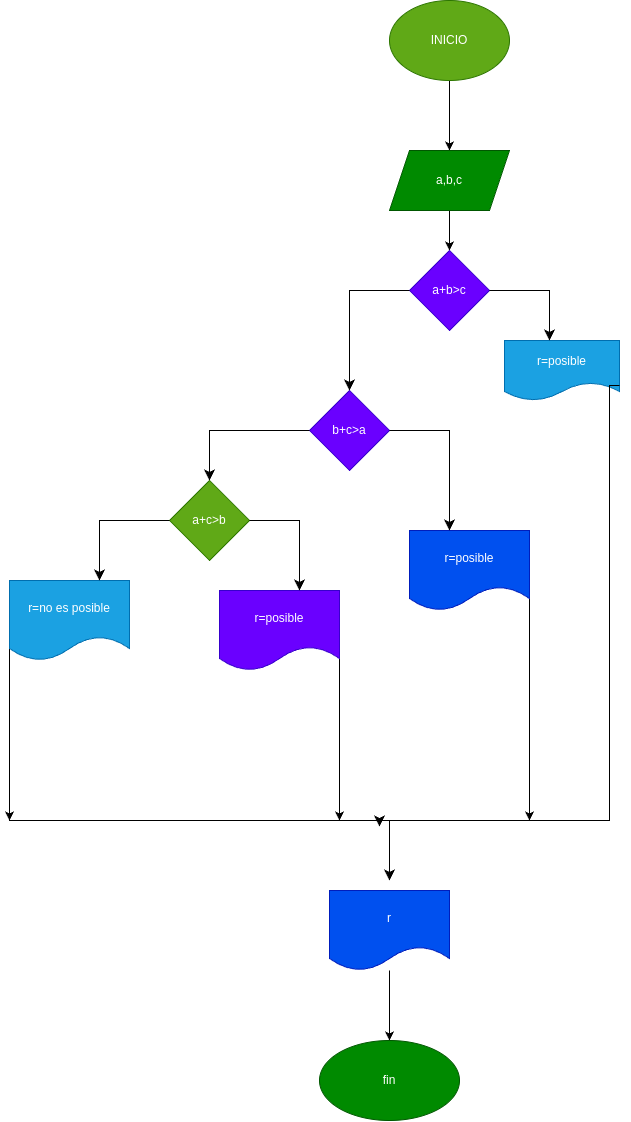
The draw.io diagram diagrama.png in loxi25/quiz-int-cond-loxi25, before a commit. Source tidied: cells renumbered, new cells last; positions are measured from the earlier drawing's top-left corner, leaving out a move shared by most shapes.
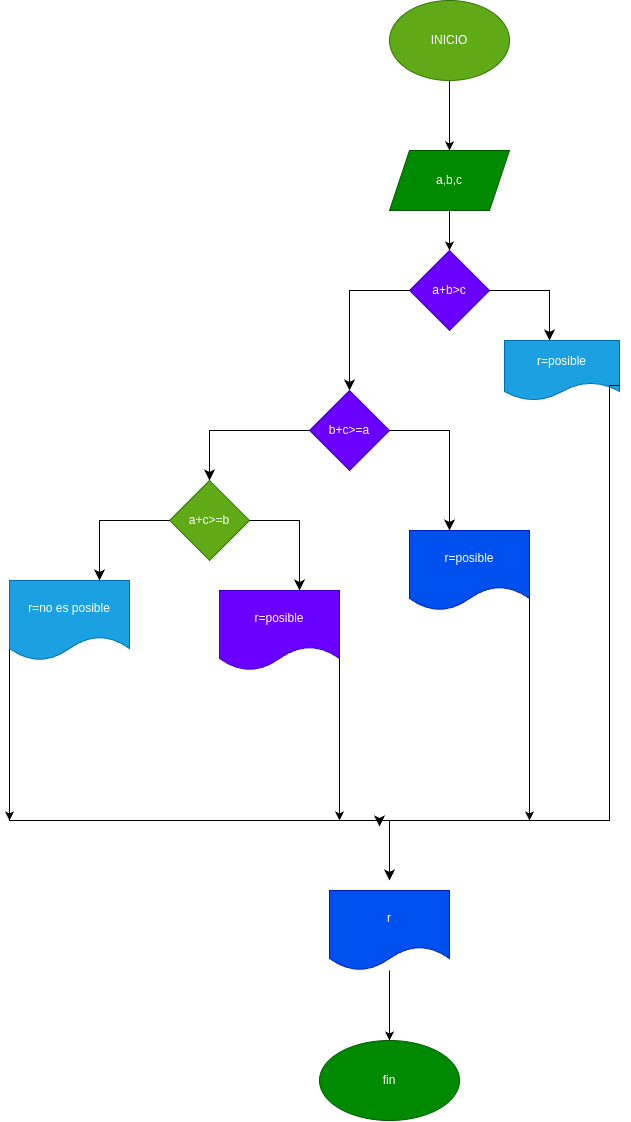
The same file after the commit.

Commit message:
se modifico un archivo

Diff of the diagram source:
```diff
@@ -27,7 +27,7 @@
         </Array>
       </mxGeometry>
     </mxCell>
-    <mxCell id="9" value="b+c&amp;gt;a" style="rhombus;whiteSpace=wrap;html=1;fillColor=#6a00ff;fontColor=#ffffff;strokeColor=#3700CC;" parent="1" vertex="1">
+    <mxCell id="9" value="b+c&amp;gt;=a" style="rhombus;whiteSpace=wrap;html=1;fillColor=#6a00ff;fontColor=#ffffff;strokeColor=#3700CC;" parent="1" vertex="1">
       <mxGeometry x="300" y="390" width="80" height="80" as="geometry" />
     </mxCell>
     <mxCell id="10" style="edgeStyle=segmentEdgeStyle;endArrow=classic;html=1;curved=0;rounded=0;endSize=8;startSize=8;sourcePerimeterSpacing=0;targetPerimeterSpacing=0;entryX=0.5;entryY=0;entryDx=0;entryDy=0;exitX=0;exitY=0.5;exitDx=0;exitDy=0;" parent="1" edge="1" source="6" target="9">
@@ -45,7 +45,7 @@
     <mxCell id="12" value="r=posible" style="shape=document;whiteSpace=wrap;html=1;boundedLbl=1;fillColor=#0050ef;fontColor=#ffffff;strokeColor=#001DBC;" parent="1" vertex="1">
       <mxGeometry x="400" y="530" width="120" height="80" as="geometry" />
     </mxCell>
-    <mxCell id="13" value="a+c&amp;gt;b" style="rhombus;whiteSpace=wrap;html=1;fillColor=#60a917;fontColor=#ffffff;strokeColor=#2D7600;" parent="1" vertex="1">
+    <mxCell id="13" value="a+c&amp;gt;=b" style="rhombus;whiteSpace=wrap;html=1;fillColor=#60a917;fontColor=#ffffff;strokeColor=#2D7600;" parent="1" vertex="1">
       <mxGeometry x="160" y="480" width="80" height="80" as="geometry" />
     </mxCell>
     <mxCell id="14" style="edgeStyle=segmentEdgeStyle;endArrow=classic;html=1;curved=0;rounded=0;endSize=8;startSize=8;sourcePerimeterSpacing=0;targetPerimeterSpacing=0;entryX=0.5;entryY=0;entryDx=0;entryDy=0;exitX=0;exitY=0.5;exitDx=0;exitDy=0;" parent="1" edge="1" source="9" target="13">
```
